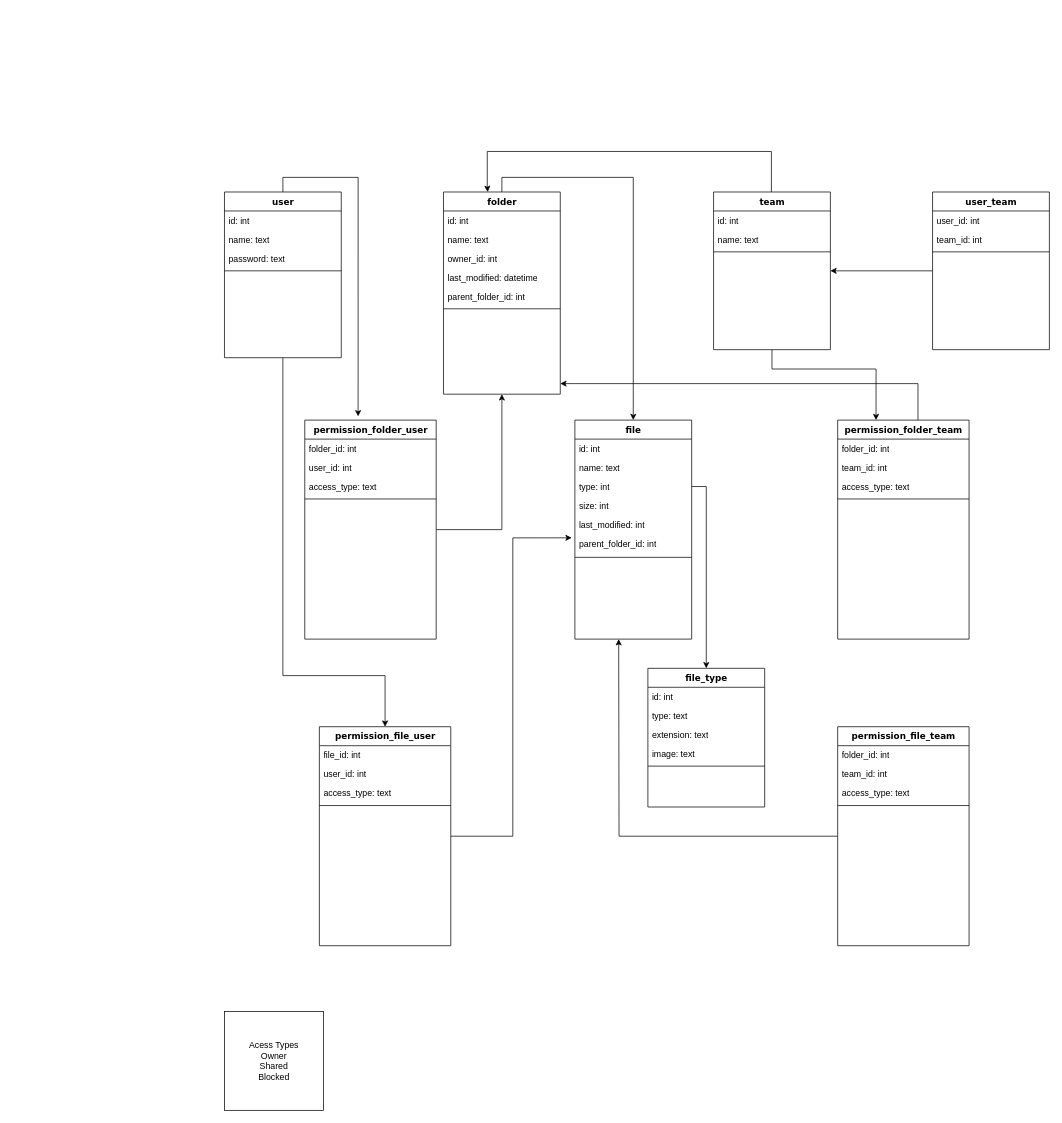
This is models/hello-storage.drawio from alexbkl/hello-back, a draw.io file, before an edit. Source tidied: cells renumbered, new cells numbered last; positions are measured from the earlier drawing's top-left corner, leaving out a move shared by most shapes. Both pictures are drawn from the tidied source at 73%, with x=0, y=0 at pixel (224, 151).
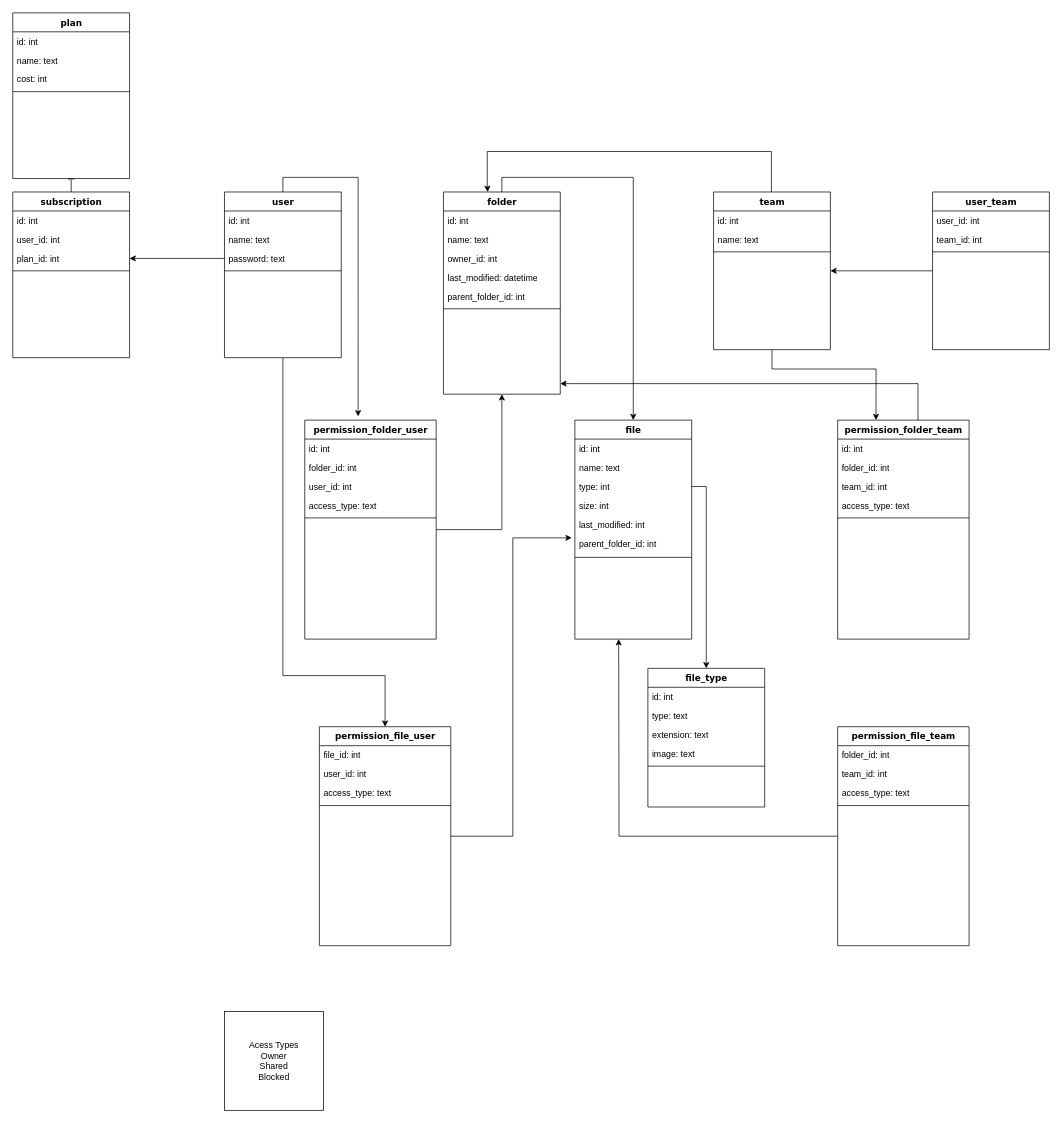
The same diagram, later.

Commit message:
feat: add subscription & plan schema

Unchanged cells that the change refers to:
```xml
<mxCell id="7" value="password: text" style="text;html=1;strokeColor=none;fillColor=none;align=left;verticalAlign=top;spacingLeft=4;spacingRight=4;whiteSpace=wrap;overflow=hidden;points=[[0,0.5],[1,0.5]];portConstraint=eastwest;" parent="4" vertex="1">
  <mxGeometry y="78" width="160" height="26" as="geometry" />
</mxCell>
<mxCell id="26" value="permission_folder_user" style="swimlane;html=1;fontStyle=1;align=center;verticalAlign=top;horizontal=1;startSize=26;swimlaneFillColor=#ffffff;rounded=0;shadow=0;comic=0;labelBackgroundColor=none;strokeWidth=1;fillColor=none;fontFamily=Verdana;fontSize=12;" parent="1" vertex="1">
  <mxGeometry x="110" y="368" width="180" height="300" as="geometry" />
</mxCell>
<mxCell id="50" value="permission_folder_team" style="swimlane;html=1;fontStyle=1;align=center;verticalAlign=top;horizontal=1;startSize=26;swimlaneFillColor=#ffffff;rounded=0;shadow=0;comic=0;labelBackgroundColor=none;strokeWidth=1;fillColor=none;fontFamily=Verdana;fontSize=12;" parent="1" vertex="1">
  <mxGeometry x="840" y="368" width="180" height="300" as="geometry" />
</mxCell>
```

Change to the diagram source:
```diff
@@
-    <mxCell id="27" value="folder_id: int" style="text;html=1;strokeColor=none;fillColor=none;align=left;verticalAlign=top;spacingLeft=4;spacingRight=4;whiteSpace=wrap;overflow=hidden;" parent="26" vertex="1">
+    <mxCell id="27" value="id: int" style="text;html=1;strokeColor=none;fillColor=none;align=left;verticalAlign=top;spacingLeft=4;spacingRight=4;whiteSpace=wrap;overflow=hidden;" parent="26" vertex="1">
       <mxGeometry y="26" width="180" height="26" as="geometry" />
     </mxCell>
+    <mxCell id="68" value="folder_id: int" style="text;html=1;strokeColor=none;fillColor=none;align=left;verticalAlign=top;spacingLeft=4;spacingRight=4;whiteSpace=wrap;overflow=hidden;" parent="26" vertex="1">
+      <mxGeometry y="52" width="180" height="26" as="geometry" />
+    </mxCell>
     <mxCell id="28" value="user_id: int" style="text;html=1;strokeColor=none;fillColor=none;align=left;verticalAlign=top;spacingLeft=4;spacingRight=4;whiteSpace=wrap;overflow=hidden;" parent="26" vertex="1">
-      <mxGeometry y="52" width="180" height="26" as="geometry" />
+      <mxGeometry y="78" width="180" height="26" as="geometry" />
     </mxCell>
     <mxCell id="29" value="access_type: text" style="text;html=1;strokeColor=none;fillColor=none;align=left;verticalAlign=top;spacingLeft=4;spacingRight=4;whiteSpace=wrap;overflow=hidden;" parent="26" vertex="1">
-      <mxGeometry y="78" width="180" height="26" as="geometry" />
+      <mxGeometry y="104" width="180" height="26" as="geometry" />
     </mxCell>
     <mxCell id="30" style="line;html=1;strokeWidth=1;fillColor=none;align=left;verticalAlign=middle;spacingTop=-1;spacingLeft=3;spacingRight=3;labelPosition=right;" parent="26" vertex="1">
-      <mxGeometry y="104" width="180" height="8" as="geometry" />
+      <mxGeometry y="130" width="180" height="8" as="geometry" />
     </mxCell>
@@
-    <mxCell id="51" value="folder_id: int" style="text;html=1;strokeColor=none;fillColor=none;align=left;verticalAlign=top;spacingLeft=4;spacingRight=4;whiteSpace=wrap;overflow=hidden;" parent="50" vertex="1">
+    <mxCell id="51" value="id: int" style="text;html=1;strokeColor=none;fillColor=none;align=left;verticalAlign=top;spacingLeft=4;spacingRight=4;whiteSpace=wrap;overflow=hidden;" parent="50" vertex="1">
       <mxGeometry y="26" width="180" height="26" as="geometry" />
     </mxCell>
+    <mxCell id="69" value="folder_id: int" style="text;html=1;strokeColor=none;fillColor=none;align=left;verticalAlign=top;spacingLeft=4;spacingRight=4;whiteSpace=wrap;overflow=hidden;" parent="50" vertex="1">
+      <mxGeometry y="52" width="180" height="26" as="geometry" />
+    </mxCell>
     <mxCell id="52" value="team_id: int" style="text;html=1;strokeColor=none;fillColor=none;align=left;verticalAlign=top;spacingLeft=4;spacingRight=4;whiteSpace=wrap;overflow=hidden;" parent="50" vertex="1">
-      <mxGeometry y="52" width="180" height="26" as="geometry" />
+      <mxGeometry y="78" width="180" height="26" as="geometry" />
     </mxCell>
     <mxCell id="53" value="access_type: text" style="text;html=1;strokeColor=none;fillColor=none;align=left;verticalAlign=top;spacingLeft=4;spacingRight=4;whiteSpace=wrap;overflow=hidden;" parent="50" vertex="1">
-      <mxGeometry y="78" width="180" height="26" as="geometry" />
+      <mxGeometry y="104" width="180" height="26" as="geometry" />
     </mxCell>
     <mxCell id="54" style="line;html=1;strokeWidth=1;fillColor=none;align=left;verticalAlign=middle;spacingTop=-1;spacingLeft=3;spacingRight=3;labelPosition=right;" parent="50" vertex="1">
-      <mxGeometry y="104" width="180" height="8" as="geometry" />
+      <mxGeometry y="130" width="180" height="8" as="geometry" />
     </mxCell>
@@
+    <mxCell id="70" style="edgeStyle=orthogonalEdgeStyle;rounded=0;jettySize=auto;html=1;" parent="1" edge="1" source="71">
+      <mxGeometry relative="1" as="geometry">
+        <mxPoint x="-210" y="30.1" as="targetPoint" />
+      </mxGeometry>
+    </mxCell>
+    <mxCell id="71" value="subscription" style="swimlane;html=1;fontStyle=1;align=center;verticalAlign=top;horizontal=1;startSize=26;swimlaneFillColor=#ffffff;rounded=0;shadow=0;comic=0;labelBackgroundColor=none;strokeWidth=1;fillColor=none;fontFamily=Verdana;fontSize=12;" parent="1" vertex="1">
+      <mxGeometry x="-290" y="55.5" width="160" height="227" as="geometry" />
+    </mxCell>
+    <mxCell id="72" value="id: int" style="text;html=1;strokeColor=none;fillColor=none;align=left;verticalAlign=top;spacingLeft=4;spacingRight=4;whiteSpace=wrap;overflow=hidden;" parent="71" vertex="1">
+      <mxGeometry y="26" width="160" height="26" as="geometry" />
+    </mxCell>
+    <mxCell id="73" value="user_id: int" style="text;html=1;strokeColor=none;fillColor=none;align=left;verticalAlign=top;spacingLeft=4;spacingRight=4;whiteSpace=wrap;overflow=hidden;" parent="71" vertex="1">
+      <mxGeometry y="52" width="160" height="26" as="geometry" />
+    </mxCell>
+    <mxCell id="74" value="plan_id: int" style="text;html=1;strokeColor=none;fillColor=none;align=left;verticalAlign=top;spacingLeft=4;spacingRight=4;whiteSpace=wrap;overflow=hidden;points=[[0,0.5],[1,0.5]];portConstraint=eastwest;" parent="71" vertex="1">
+      <mxGeometry y="78" width="160" height="26" as="geometry" />
+    </mxCell>
+    <mxCell id="75" style="line;html=1;strokeWidth=1;fillColor=none;align=left;verticalAlign=middle;spacingTop=-1;spacingLeft=3;spacingRight=3;labelPosition=right;" parent="71" vertex="1">
+      <mxGeometry y="104" width="160" height="8" as="geometry" />
+    </mxCell>
+    <mxCell id="76" style="edgeStyle=orthogonalEdgeStyle;rounded=0;jettySize=auto;html=1;exitX=0;exitY=0.5;exitDx=0;exitDy=0;entryX=1;entryY=0.5;entryDx=0;entryDy=0;" parent="1" edge="1" source="7" target="74">
+      <mxGeometry relative="1" as="geometry" />
+    </mxCell>
+    <mxCell id="77" value="plan" style="swimlane;html=1;fontStyle=1;align=center;verticalAlign=top;horizontal=1;startSize=26;swimlaneFillColor=#ffffff;rounded=0;shadow=0;comic=0;labelBackgroundColor=none;strokeWidth=1;fillColor=none;fontFamily=Verdana;fontSize=12;" parent="1" vertex="1">
+      <mxGeometry x="-290" y="-189.9" width="160" height="227" as="geometry" />
+    </mxCell>
+    <mxCell id="78" value="id: int" style="text;html=1;strokeColor=none;fillColor=none;align=left;verticalAlign=top;spacingLeft=4;spacingRight=4;whiteSpace=wrap;overflow=hidden;" parent="77" vertex="1">
+      <mxGeometry y="26" width="160" height="26" as="geometry" />
+    </mxCell>
+    <mxCell id="79" value="name: text" style="text;html=1;strokeColor=none;fillColor=none;align=left;verticalAlign=top;spacingLeft=4;spacingRight=4;whiteSpace=wrap;overflow=hidden;" parent="77" vertex="1">
+      <mxGeometry y="52" width="160" height="26" as="geometry" />
+    </mxCell>
+    <mxCell id="80" value="cost: int" style="text;html=1;strokeColor=none;fillColor=none;align=left;verticalAlign=top;spacingLeft=4;spacingRight=4;whiteSpace=wrap;overflow=hidden;" parent="77" vertex="1">
+      <mxGeometry y="78" width="160" height="26" as="geometry" />
+    </mxCell>
+    <mxCell id="81" style="line;html=1;strokeWidth=1;fillColor=none;align=left;verticalAlign=middle;spacingTop=-1;spacingLeft=3;spacingRight=3;labelPosition=right;" parent="77" vertex="1">
+      <mxGeometry y="104" width="160" height="8" as="geometry" />
+    </mxCell>
```
